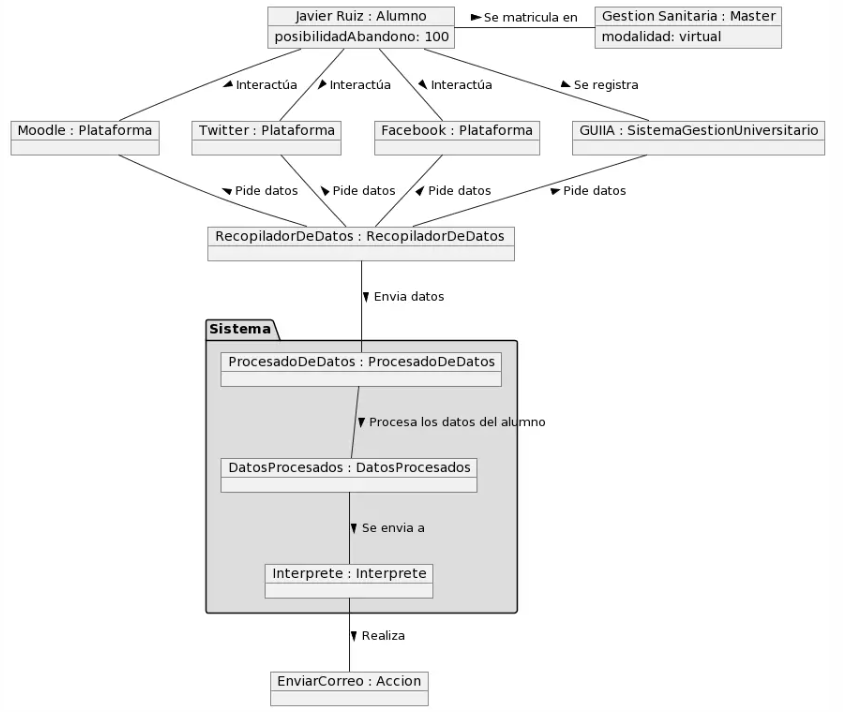
Earlier version of the PlantUML export 000-entregas/Grupo1/ModeloDominio/02-DiagramaDeObjetos/Objetos.png (mmasias/IdSw1-22-23). Its source is kept beside it as 000-entregas/Grupo1/ModeloDominio/02-DiagramaDeObjetos/Objetos.puml.
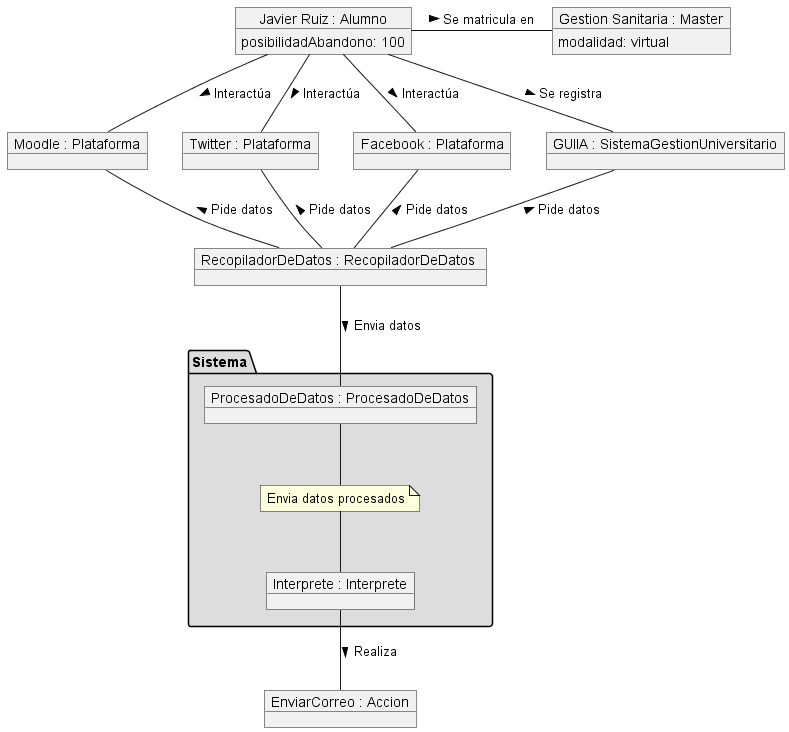
The same file after the commit.

The edit, as a diff of the source:
```diff
@@ -14,8 +14,8 @@
 object "RecopiladorDeDatos : RecopiladorDeDatos " as RecopiladorDeDatos
 package "Sistema" #DDDDDD {
     object "ProcesadoDeDatos : ProcesadoDeDatos" as ProcesadoDeDatos
-    object "DatosProcesados : DatosProcesados" as DatosProcesados
     object "Interprete : Interprete" as Interprete
+    note "Envia datos procesados" as N2
 }
 
 object "EnviarCorreo : Accion" as Accion
@@ -26,13 +26,13 @@
 Alumno -- Plataforma3 : Interactúa >
 Alumno -d- SistemaGestionUniversitario : Se registra >
 
-SistemaGestionUniversitario -- RecopiladorDeDatos : Pide datos <
-Plataforma1 -- RecopiladorDeDatos : Pide datos <
-Plataforma2 -- RecopiladorDeDatos : Pide datos <
-Plataforma3 -- RecopiladorDeDatos : Pide datos <
+SistemaGestionUniversitario -- RecopiladorDeDatos : Solicita datos <
+Plataforma1 -- RecopiladorDeDatos : Solicita datos <
+Plataforma2 -- RecopiladorDeDatos : Solicita datos <
+Plataforma3 -- RecopiladorDeDatos : Solicita datos <
 RecopiladorDeDatos --ProcesadoDeDatos : Envia datos >
-ProcesadoDeDatos -d- DatosProcesados : Procesa los datos del alumno >
-DatosProcesados -d- Interprete : Se envia a  >
+ProcesadoDeDatos -d- N2
+N2 -d- Interprete
 
 Interprete -d- Accion : Realiza >
 
```
